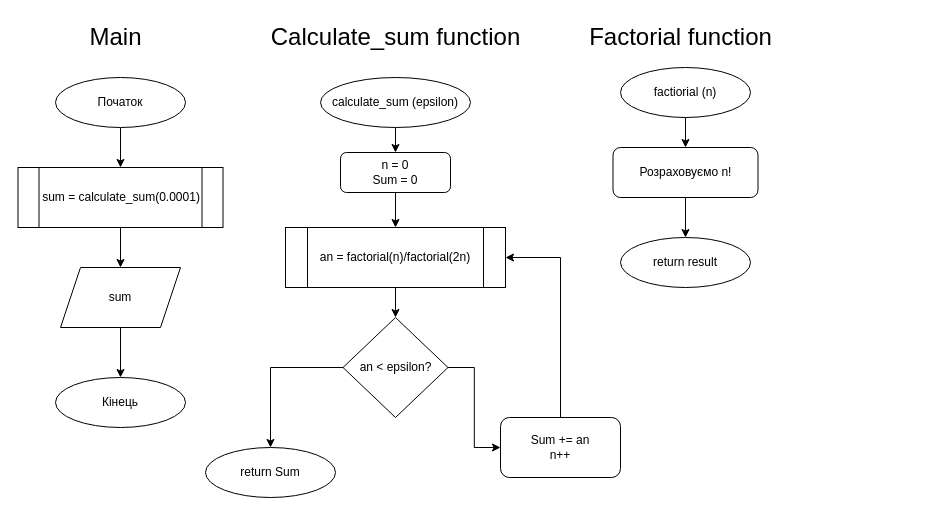
Above: ai_13/vladyslav_murashko/epic_3/Diagrams/vns_lab_2_task_1_variant_10_vladyslav_murashko.drawio in artificial-intelligence-department/ai_programming_playground_2024 (draw.io), before the change. Source tidied: cells renumbered, new cells numbered last; positions are measured from the earlier drawing's top-left corner, leaving out a move shared by most shapes. Both pictures are drawn from the tidied source at 100%, with x=0, y=0 at pixel (17, 17).
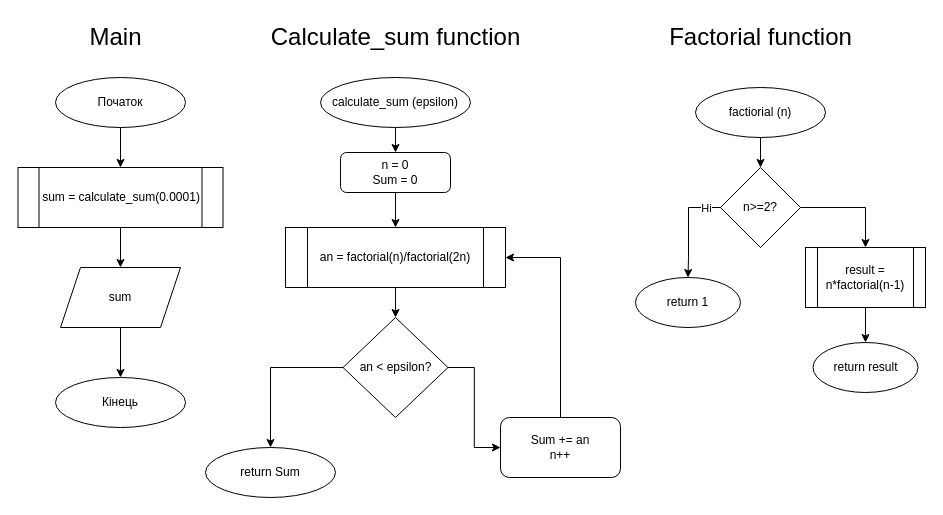
The same diagram, later.

The edit, as a diff of the source:
```diff
@@
     <mxCell id="5" value="&lt;font style=&quot;font-size: 24px;&quot;&gt;Factorial function&lt;/font&gt;" style="text;html=1;align=center;verticalAlign=middle;strokeColor=none;fillColor=none;" parent="1" vertex="1">
-      <mxGeometry x="558" width="210" height="40" as="geometry" />
+      <mxGeometry x="638" width="210" height="40" as="geometry" />
     </mxCell>
-    <mxCell id="6" style="edgeStyle=orthogonalEdgeStyle;rounded=0;jettySize=auto;html=1;entryX=0.5;entryY=0;entryDx=0;entryDy=0;" parent="1" edge="1" source="7" target="9">
-      <mxGeometry relative="1" as="geometry" />
-    </mxCell>
+    <mxCell id="29" style="edgeStyle=orthogonalEdgeStyle;rounded=0;jettySize=auto;html=1;" parent="1" edge="1" source="7" target="33">
+      <mxGeometry relative="1" as="geometry" />
+    </mxCell>
     <mxCell id="7" value="factiorial (n)" style="ellipse;whiteSpace=wrap;html=1;" parent="1" vertex="1">
-      <mxGeometry x="603" y="50" width="130" height="50" as="geometry" />
+      <mxGeometry x="678" y="70" width="130" height="50" as="geometry" />
     </mxCell>
-    <mxCell id="8" style="edgeStyle=orthogonalEdgeStyle;rounded=0;jettySize=auto;html=1;entryX=0.5;entryY=0;entryDx=0;entryDy=0;" parent="1" edge="1" source="9" target="10">
-      <mxGeometry relative="1" as="geometry" />
-    </mxCell>
-    <mxCell id="9" value="Розраховуємо n!" style="rounded=1;whiteSpace=wrap;html=1;" parent="1" vertex="1">
-      <mxGeometry x="595.5" y="130" width="145" height="50" as="geometry" />
-    </mxCell>
-    <mxCell id="10" value="return result" style="ellipse;whiteSpace=wrap;html=1;" parent="1" vertex="1">
-      <mxGeometry x="603" y="220" width="130" height="50" as="geometry" />
-    </mxCell>
@@
+    <mxCell id="30" style="edgeStyle=orthogonalEdgeStyle;rounded=0;jettySize=auto;html=1;entryX=0.5;entryY=0;entryDx=0;entryDy=0;" parent="1" edge="1" source="33" target="34">
+      <mxGeometry relative="1" as="geometry">
+        <Array as="points">
+          <mxPoint x="671" y="190" />
+          <mxPoint x="671" y="240" />
+          <mxPoint x="671" y="240" />
+        </Array>
+      </mxGeometry>
+    </mxCell>
+    <mxCell id="31" value="Ні" style="edgeLabel;html=1;align=center;verticalAlign=middle;" parent="30" vertex="1">
+      <mxGeometry x="-0.76" y="-2" relative="1" as="geometry">
+        <mxPoint x="-3" y="2" as="offset" />
+      </mxGeometry>
+    </mxCell>
+    <mxCell id="32" style="edgeStyle=orthogonalEdgeStyle;rounded=0;jettySize=auto;html=1;entryX=0.5;entryY=0;entryDx=0;entryDy=0;" parent="1" edge="1" source="33" target="36">
+      <mxGeometry relative="1" as="geometry" />
+    </mxCell>
+    <mxCell id="33" value="n&amp;gt;=2?" style="rhombus;whiteSpace=wrap;html=1;" parent="1" vertex="1">
+      <mxGeometry x="703" y="150" width="80" height="80" as="geometry" />
+    </mxCell>
+    <mxCell id="34" value="return 1" style="ellipse;whiteSpace=wrap;html=1;" parent="1" vertex="1">
+      <mxGeometry x="618" y="260" width="105" height="50" as="geometry" />
+    </mxCell>
+    <mxCell id="35" style="edgeStyle=orthogonalEdgeStyle;rounded=0;jettySize=auto;html=1;" parent="1" edge="1" source="36" target="10">
+      <mxGeometry relative="1" as="geometry" />
+    </mxCell>
+    <mxCell id="36" value="result = n*factorial(n-1)" style="shape=process;whiteSpace=wrap;html=1;backgroundOutline=1;" parent="1" vertex="1">
+      <mxGeometry x="788" y="230" width="120" height="60" as="geometry" />
+    </mxCell>
+    <mxCell id="10" value="return result" style="ellipse;whiteSpace=wrap;html=1;" parent="1" vertex="1">
+      <mxGeometry x="795.5" y="325" width="105" height="50" as="geometry" />
+    </mxCell>
```
